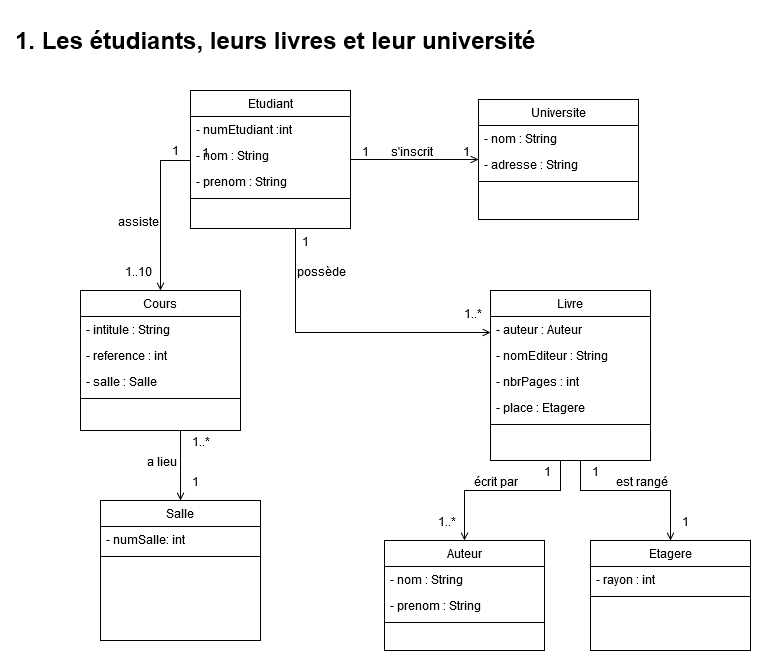
Earlier version of the draw.io export DM1_Draw.io-Exo1.png (adambdj/uml). Source tidied: cells renumbered, new cells last; positions are measured from the earlier drawing's top-left corner, leaving out a move shared by most shapes.
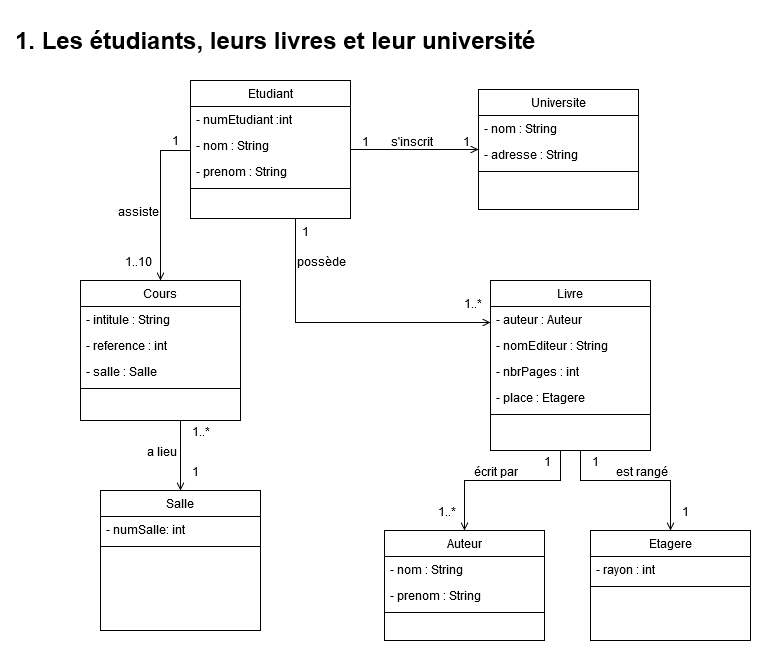
After the commit.

The edit, as a diff of the source:
```diff
@@ -73,11 +73,6 @@
         <mxPoint x="-40" y="32" as="offset" />
       </mxGeometry>
     </mxCell>
-    <mxCell id="21" value="1" style="align=left;verticalAlign=bottom;labelBackgroundColor=none;fontSize=12;" parent="20" vertex="1">
-      <mxGeometry x="-1" relative="1" as="geometry">
-        <mxPoint x="10" y="1" as="offset" />
-      </mxGeometry>
-    </mxCell>
     <mxCell id="22" value="1..10" style="align=right;verticalAlign=bottom;labelBackgroundColor=none;fontSize=12;" parent="20" vertex="1">
       <mxGeometry x="1" relative="1" as="geometry">
         <mxPoint x="-7" y="-10" as="offset" />
@@ -242,7 +237,7 @@
       <mxGeometry y="78" width="160" height="8" as="geometry" />
     </mxCell>
     <mxCell id="57" value="&lt;h1&gt;1. Les étudiants, leurs livres et leur université&lt;br&gt;&lt;/h1&gt;" style="text;html=1;strokeColor=none;fillColor=none;spacing=5;spacingTop=-20;whiteSpace=wrap;overflow=hidden;rounded=0;" parent="1" vertex="1">
-      <mxGeometry width="700" height="120" as="geometry" />
+      <mxGeometry y="10" width="700" height="120" as="geometry" />
     </mxCell>
   </root>
 </mxGraphModel>
```
